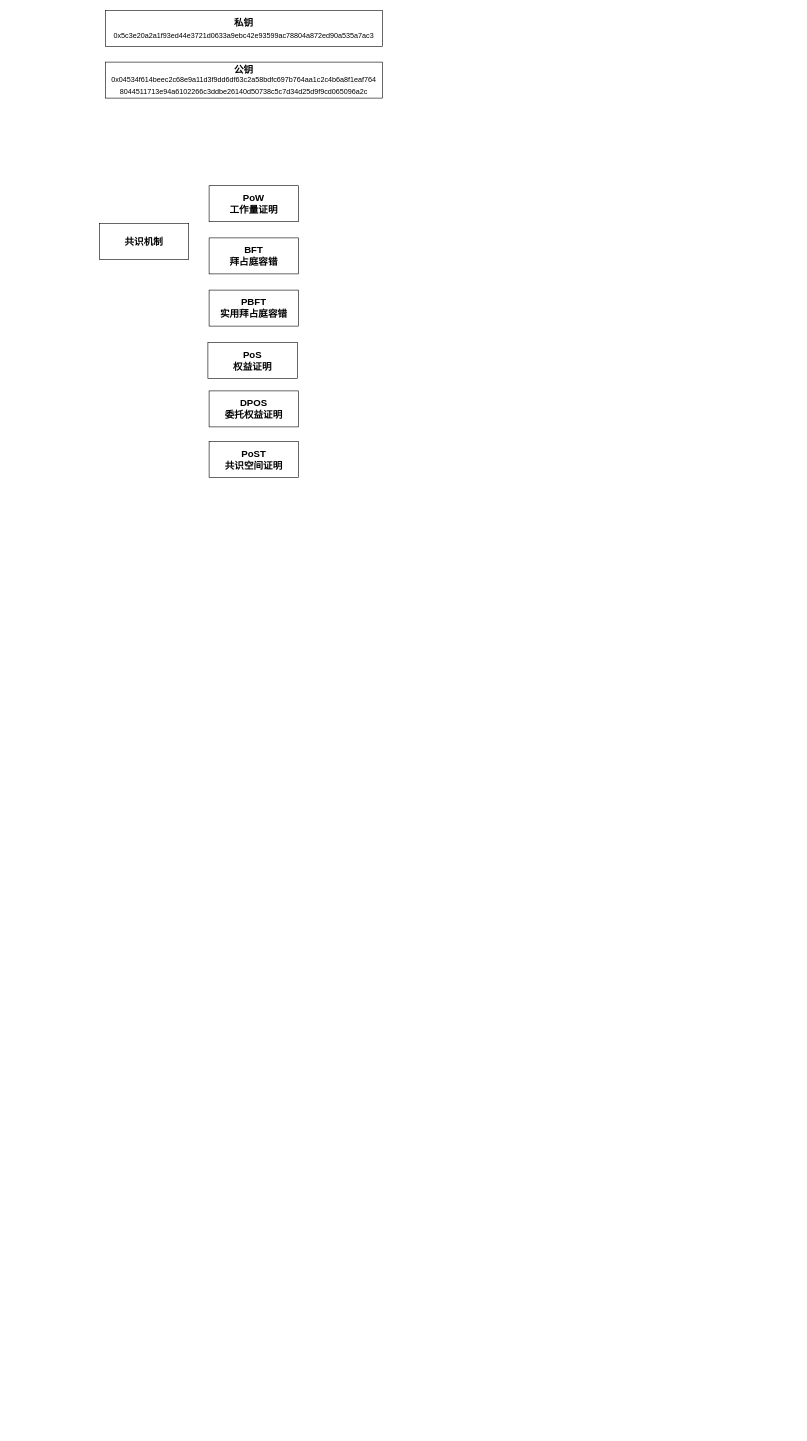
Before: blockchain.drawio in zecraid/draw_repo, a draw.io diagram. Source tidied: cells renumbered, new cells numbered last; positions are measured from the earlier drawing's top-left corner, leaving out a move shared by most shapes. Both pictures are drawn from the tidied source at 60%, with x=0, y=0 at pixel (99, 10).
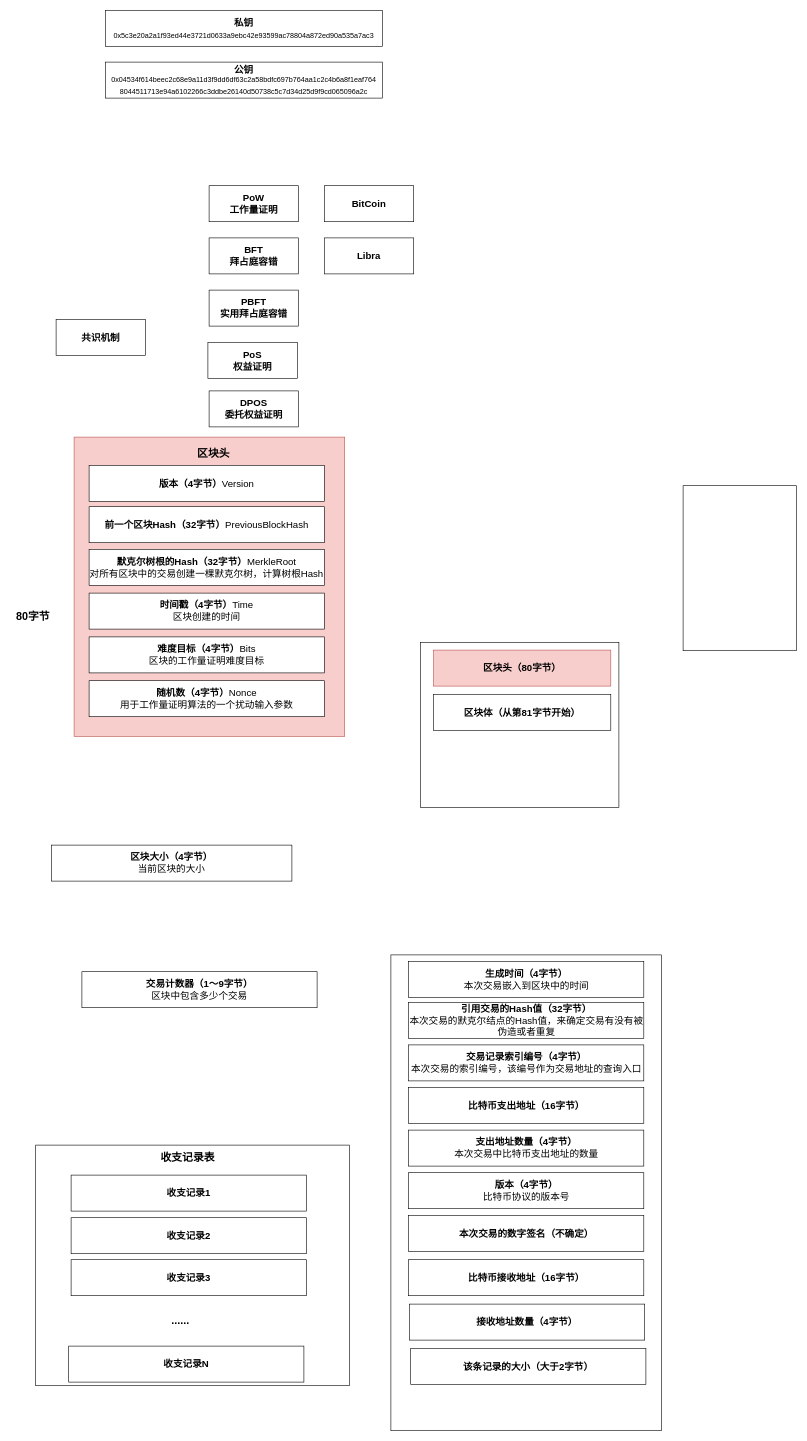
The same page after the edit.

What changed in the source:
```diff
@@
     <mxCell id="4" value="&lt;b&gt;&lt;font style=&quot;font-size: 16px;&quot;&gt;共识机制&lt;br&gt;&lt;/font&gt;&lt;/b&gt;" style="rounded=0;whiteSpace=wrap;html=1;" parent="1" vertex="1">
-      <mxGeometry y="355" width="149" height="60" as="geometry" />
+      <mxGeometry x="-72" y="515" width="149" height="60" as="geometry" />
     </mxCell>
@@
+    <mxCell id="11" value="&lt;font style=&quot;font-size: 16px;&quot;&gt;&lt;b&gt;Libra&lt;/b&gt;&lt;br&gt;&lt;/font&gt;" style="rounded=0;whiteSpace=wrap;html=1;" parent="1" vertex="1">
+      <mxGeometry x="375" y="379" width="149" height="60" as="geometry" />
+    </mxCell>
+    <mxCell id="12" value="&lt;font style=&quot;font-size: 16px;&quot;&gt;&lt;b&gt;BitCoin&lt;/b&gt;&lt;br&gt;&lt;/font&gt;" style="rounded=0;whiteSpace=wrap;html=1;" parent="1" vertex="1">
+      <mxGeometry x="375" y="292" width="149" height="60" as="geometry" />
+    </mxCell>
+    <mxCell id="13" value="&lt;b&gt;&lt;font style=&quot;font-size: 16px;&quot;&gt;&lt;br&gt;&lt;/font&gt;&lt;/b&gt;" style="rounded=0;whiteSpace=wrap;html=1;" parent="1" vertex="1">
+      <mxGeometry x="-106" y="1891" width="523" height="401" as="geometry" />
+    </mxCell>
+    <mxCell id="14" value="&lt;b&gt;&lt;font style=&quot;font-size: 16px;&quot;&gt;&lt;br&gt;&lt;/font&gt;&lt;/b&gt;" style="rounded=0;whiteSpace=wrap;html=1;" parent="1" vertex="1">
+      <mxGeometry x="535" y="1053" width="331" height="275" as="geometry" />
+    </mxCell>
+    <mxCell id="15" value="&lt;b&gt;&lt;font style=&quot;font-size: 16px;&quot;&gt;&lt;br&gt;&lt;/font&gt;&lt;/b&gt;" style="rounded=0;whiteSpace=wrap;html=1;" parent="1" vertex="1">
+      <mxGeometry x="973" y="792" width="189" height="275" as="geometry" />
+    </mxCell>
+    <mxCell id="16" value="&lt;font style=&quot;font-size: 16px;&quot;&gt;&lt;br&gt;&lt;/font&gt;" style="rounded=0;whiteSpace=wrap;html=1;fillColor=#f8cecc;strokeColor=#b85450;" parent="1" vertex="1">
+      <mxGeometry x="-42" y="711" width="451" height="499" as="geometry" />
+    </mxCell>
+    <mxCell id="17" value="&lt;font style=&quot;font-size: 16px;&quot;&gt;&lt;b&gt;区块大小（4字节）&lt;br&gt;&lt;/b&gt;当前区块的大小&lt;br&gt;&lt;/font&gt;" style="rounded=0;whiteSpace=wrap;html=1;" parent="1" vertex="1">
+      <mxGeometry x="-80" y="1391" width="401" height="60" as="geometry" />
+    </mxCell>
+    <mxCell id="18" value="&lt;font style=&quot;font-size: 16px;&quot;&gt;&lt;b&gt;版本（4字节）&lt;/b&gt;Version&lt;br&gt;&lt;/font&gt;" style="rounded=0;whiteSpace=wrap;html=1;" parent="1" vertex="1">
+      <mxGeometry x="-17" y="758" width="392" height="60" as="geometry" />
+    </mxCell>
+    <mxCell id="19" value="&lt;font style=&quot;font-size: 16px;&quot;&gt;&lt;b&gt;前一个区块Hash（32字节）&lt;/b&gt;PreviousBlockHash&lt;br&gt;&lt;/font&gt;" style="rounded=0;whiteSpace=wrap;html=1;" parent="1" vertex="1">
+      <mxGeometry x="-17" y="827" width="392" height="60" as="geometry" />
+    </mxCell>
+    <mxCell id="20" value="&lt;font style=&quot;font-size: 16px;&quot;&gt;&lt;b&gt;默克尔树根的Hash（32字节）&lt;/b&gt;MerkleRoot&lt;b&gt;&lt;br&gt;&lt;/b&gt;对所有区块中的交易创建一棵默克尔树，计算树根Hash&lt;br&gt;&lt;/font&gt;" style="rounded=0;whiteSpace=wrap;html=1;" parent="1" vertex="1">
+      <mxGeometry x="-17" y="898" width="392" height="60" as="geometry" />
+    </mxCell>
+    <mxCell id="21" value="&lt;font style=&quot;font-size: 16px;&quot;&gt;&lt;b&gt;时间戳（4字节）&lt;/b&gt;Time&lt;b&gt;&lt;br&gt;&lt;/b&gt;区块创建的时间&lt;br&gt;&lt;/font&gt;" style="rounded=0;whiteSpace=wrap;html=1;" parent="1" vertex="1">
+      <mxGeometry x="-17" y="971" width="392" height="60" as="geometry" />
+    </mxCell>
+    <mxCell id="22" value="&lt;font style=&quot;font-size: 16px;&quot;&gt;&lt;b&gt;难度目标（4字节）&lt;/b&gt;Bits&lt;b&gt;&lt;br&gt;&lt;/b&gt;区块的工作量证明难度目标&lt;br&gt;&lt;/font&gt;" style="rounded=0;whiteSpace=wrap;html=1;" parent="1" vertex="1">
+      <mxGeometry x="-17" y="1044" width="392" height="60" as="geometry" />
+    </mxCell>
+    <mxCell id="23" value="&lt;font style=&quot;font-size: 16px;&quot;&gt;&lt;b&gt;随机数（4字节）&lt;/b&gt;Nonce&lt;b&gt;&lt;br&gt;&lt;/b&gt;用于工作量证明算法的一个扰动输入参数&lt;br&gt;&lt;/font&gt;" style="rounded=0;whiteSpace=wrap;html=1;" parent="1" vertex="1">
+      <mxGeometry x="-17" y="1117" width="392" height="60" as="geometry" />
+    </mxCell>
+    <mxCell id="24" value="&lt;font style=&quot;font-size: 16px;&quot;&gt;&lt;b&gt;收支记录1&lt;/b&gt;&lt;br&gt;&lt;/font&gt;" style="rounded=0;whiteSpace=wrap;html=1;" parent="1" vertex="1">
+      <mxGeometry x="-47" y="1941" width="392" height="60" as="geometry" />
+    </mxCell>
+    <mxCell id="25" value="&lt;font style=&quot;font-size: 16px;&quot;&gt;&lt;b style=&quot;border-color: var(--border-color);&quot;&gt;收支记录&lt;/b&gt;&lt;b&gt;2&lt;/b&gt;&lt;br&gt;&lt;/font&gt;" style="rounded=0;whiteSpace=wrap;html=1;" parent="1" vertex="1">
+      <mxGeometry x="-47" y="2012" width="392" height="60" as="geometry" />
+    </mxCell>
+    <mxCell id="26" value="&lt;font style=&quot;font-size: 16px;&quot;&gt;&lt;b style=&quot;border-color: var(--border-color);&quot;&gt;收支记录3&lt;/b&gt;&lt;br&gt;&lt;/font&gt;" style="rounded=0;whiteSpace=wrap;html=1;" parent="1" vertex="1">
+      <mxGeometry x="-47" y="2082" width="392" height="60" as="geometry" />
+    </mxCell>
+    <mxCell id="27" value="&lt;font style=&quot;font-size: 16px;&quot;&gt;&lt;b&gt;交易计数器（1～9字节）&lt;br&gt;&lt;/b&gt;区块中包含多少个交易&lt;br&gt;&lt;/font&gt;" style="rounded=0;whiteSpace=wrap;html=1;" parent="1" vertex="1">
+      <mxGeometry x="-29" y="1602" width="392" height="60" as="geometry" />
+    </mxCell>
+    <mxCell id="28" value="&lt;font style=&quot;font-size: 16px;&quot;&gt;&lt;br&gt;&lt;/font&gt;" style="rounded=0;whiteSpace=wrap;html=1;" parent="1" vertex="1">
+      <mxGeometry x="486" y="1574" width="451" height="793" as="geometry" />
+    </mxCell>
+    <mxCell id="29" value="&lt;font style=&quot;font-size: 16px;&quot;&gt;&lt;b&gt;生成时间（4字节）&lt;br&gt;&lt;/b&gt;本次交易嵌入到区块中的时间&lt;br&gt;&lt;/font&gt;" style="rounded=0;whiteSpace=wrap;html=1;" parent="1" vertex="1">
+      <mxGeometry x="515.5" y="1585" width="392" height="60" as="geometry" />
+    </mxCell>
+    <mxCell id="30" value="&lt;font style=&quot;font-size: 16px;&quot;&gt;&lt;b&gt;引用交易的Hash值（32字节）&lt;br&gt;&lt;/b&gt;本次交易的默克尔结点的Hash值，来确定交易有没有被伪造或者重复&lt;br&gt;&lt;/font&gt;" style="rounded=0;whiteSpace=wrap;html=1;" parent="1" vertex="1">
+      <mxGeometry x="515.5" y="1653" width="392" height="60" as="geometry" />
+    </mxCell>
+    <mxCell id="31" value="&lt;font style=&quot;font-size: 18px;&quot;&gt;&lt;b&gt;收支记录表&lt;/b&gt;&lt;/font&gt;" style="text;html=1;align=center;verticalAlign=middle;strokeColor=none;fillColor=none;" parent="1" vertex="1">
+      <mxGeometry x="93" y="1895" width="108" height="34" as="geometry" />
+    </mxCell>
+    <mxCell id="32" value="&lt;font style=&quot;font-size: 16px;&quot;&gt;&lt;b&gt;收支记录N&lt;/b&gt;&lt;br&gt;&lt;/font&gt;" style="rounded=0;whiteSpace=wrap;html=1;" parent="1" vertex="1">
+      <mxGeometry x="-51" y="2226" width="392" height="60" as="geometry" />
+    </mxCell>
+    <mxCell id="33" value="&lt;span style=&quot;font-size: 18px;&quot;&gt;&lt;b&gt;......&lt;/b&gt;&lt;/span&gt;" style="text;html=1;align=center;verticalAlign=middle;strokeColor=none;fillColor=none;" parent="1" vertex="1">
+      <mxGeometry x="111" y="2167" width="48" height="34" as="geometry" />
+    </mxCell>
+    <mxCell id="34" value="&lt;font style=&quot;font-size: 16px;&quot;&gt;&lt;b&gt;交易记录索引编号（4字节）&lt;br&gt;&lt;/b&gt;本次交易的索引编号，该编号作为交易地址的查询入口&lt;br&gt;&lt;/font&gt;" style="rounded=0;whiteSpace=wrap;html=1;" parent="1" vertex="1">
+      <mxGeometry x="515.5" y="1724" width="392" height="60" as="geometry" />
+    </mxCell>
+    <mxCell id="35" value="&lt;font style=&quot;font-size: 16px;&quot;&gt;&lt;b&gt;比特币支出地址（16字节）&lt;/b&gt;&lt;br&gt;&lt;/font&gt;" style="rounded=0;whiteSpace=wrap;html=1;" parent="1" vertex="1">
+      <mxGeometry x="515.5" y="1795" width="392" height="60" as="geometry" />
+    </mxCell>
+    <mxCell id="36" value="&lt;font style=&quot;font-size: 16px;&quot;&gt;&lt;b&gt;支出地址数量（4字节）&lt;br&gt;&lt;/b&gt;本次交易中比特币支出地址的数量&lt;br&gt;&lt;/font&gt;" style="rounded=0;whiteSpace=wrap;html=1;" parent="1" vertex="1">
+      <mxGeometry x="515.5" y="1866" width="392" height="60" as="geometry" />
+    </mxCell>
+    <mxCell id="37" value="&lt;font style=&quot;font-size: 16px;&quot;&gt;&lt;b&gt;版本（4字节）&lt;br&gt;&lt;/b&gt;比特币协议的版本号&lt;br&gt;&lt;/font&gt;" style="rounded=0;whiteSpace=wrap;html=1;" parent="1" vertex="1">
+      <mxGeometry x="515.5" y="1937" width="392" height="60" as="geometry" />
+    </mxCell>
+    <mxCell id="38" value="&lt;font style=&quot;font-size: 16px;&quot;&gt;&lt;b&gt;本次交易的数字签名（不确定）&lt;/b&gt;&lt;br&gt;&lt;/font&gt;" style="rounded=0;whiteSpace=wrap;html=1;" parent="1" vertex="1">
+      <mxGeometry x="515.5" y="2008" width="392" height="60" as="geometry" />
+    </mxCell>
+    <mxCell id="39" value="&lt;font style=&quot;font-size: 16px;&quot;&gt;&lt;b&gt;比特币接收地址（16字节）&lt;/b&gt;&lt;br&gt;&lt;/font&gt;" style="rounded=0;whiteSpace=wrap;html=1;" parent="1" vertex="1">
+      <mxGeometry x="515.5" y="2082" width="392" height="60" as="geometry" />
+    </mxCell>
+    <mxCell id="40" value="&lt;font style=&quot;font-size: 16px;&quot;&gt;&lt;b&gt;接收地址数量（4字节）&lt;/b&gt;&lt;br&gt;&lt;/font&gt;" style="rounded=0;whiteSpace=wrap;html=1;" parent="1" vertex="1">
+      <mxGeometry x="517" y="2156" width="392" height="60" as="geometry" />
+    </mxCell>
+    <mxCell id="41" value="&lt;font style=&quot;font-size: 16px;&quot;&gt;&lt;b&gt;该条记录的大小（大于2字节）&lt;/b&gt;&lt;br&gt;&lt;/font&gt;" style="rounded=0;whiteSpace=wrap;html=1;" parent="1" vertex="1">
+      <mxGeometry x="519" y="2230" width="392" height="60" as="geometry" />
+    </mxCell>
+    <mxCell id="42" value="&lt;font style=&quot;font-size: 16px;&quot;&gt;&lt;b&gt;区块头（80字节）&lt;/b&gt;&lt;br&gt;&lt;/font&gt;" style="rounded=0;whiteSpace=wrap;html=1;fillColor=#f8cecc;strokeColor=#b85450;" parent="1" vertex="1">
+      <mxGeometry x="557" y="1066" width="295.5" height="60" as="geometry" />
+    </mxCell>
+    <mxCell id="43" value="&lt;font style=&quot;font-size: 16px;&quot;&gt;&lt;b&gt;区块体（从第81字节开始）&lt;/b&gt;&lt;br&gt;&lt;/font&gt;" style="rounded=0;whiteSpace=wrap;html=1;" parent="1" vertex="1">
+      <mxGeometry x="557" y="1140" width="295.5" height="60" as="geometry" />
+    </mxCell>
+    <mxCell id="44" value="&lt;span style=&quot;font-size: 18px;&quot;&gt;&lt;b&gt;80字节&lt;/b&gt;&lt;/span&gt;" style="text;html=1;align=center;verticalAlign=middle;strokeColor=none;fillColor=none;" parent="1" vertex="1">
+      <mxGeometry x="-148" y="994" width="74" height="34" as="geometry" />
+    </mxCell>
+    <mxCell id="45" value="&lt;span style=&quot;font-size: 18px;&quot;&gt;&lt;b&gt;区块头&lt;/b&gt;&lt;/span&gt;" style="text;html=1;align=center;verticalAlign=middle;strokeColor=none;fillColor=none;" parent="1" vertex="1">
+      <mxGeometry x="154" y="721" width="72" height="34" as="geometry" />
+    </mxCell>
```
